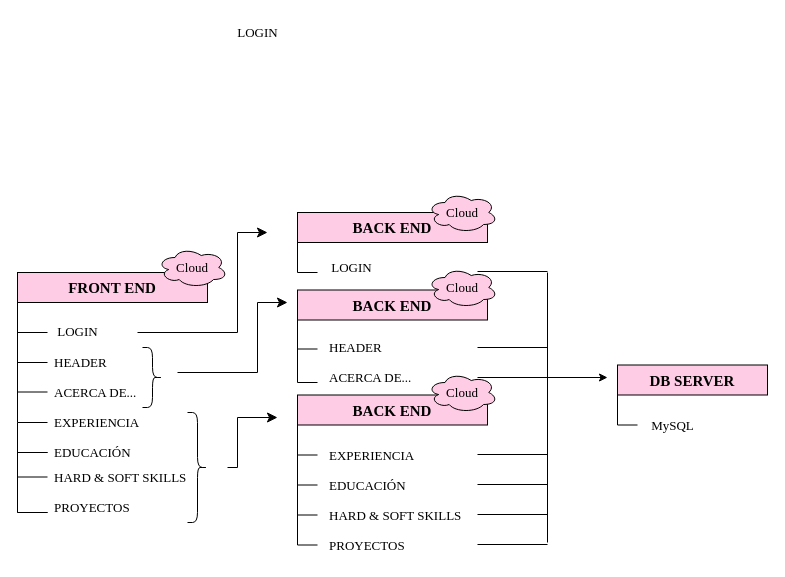
Before: Diagrama sin título.drawio in sofirebechi/-YoProgramo, a draw.io diagram. Source tidied: cells renumbered, new cells numbered last; positions are measured from the earlier drawing's top-left corner, leaving out a move shared by most shapes. Both pictures are drawn from the tidied source at 100%, with x=0, y=0 at pixel (17, 17).
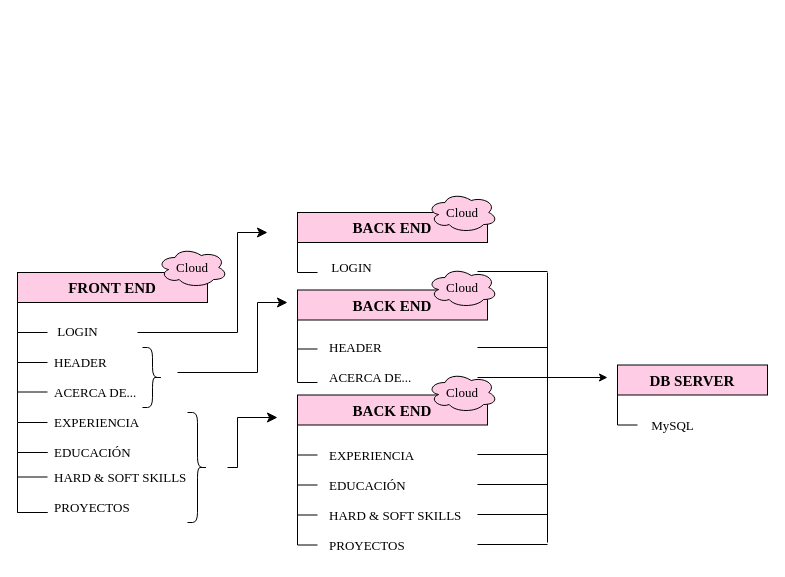
Above is the later version.

Commit message (it also covers changes not shown here):
Esquema arquitectura distribuida

Change to the diagram source:
```diff
@@
-    <mxCell id="8" value="&lt;font style=&quot;font-size: 13px;&quot;&gt;LOGIN&lt;/font&gt;" style="text;html=1;align=center;verticalAlign=middle;strokeColor=none;fillColor=none;fontSize=13;fontFamily=Times New Roman;" parent="1" vertex="1">
-      <mxGeometry x="210" width="60" height="30" as="geometry" />
-    </mxCell>
```
